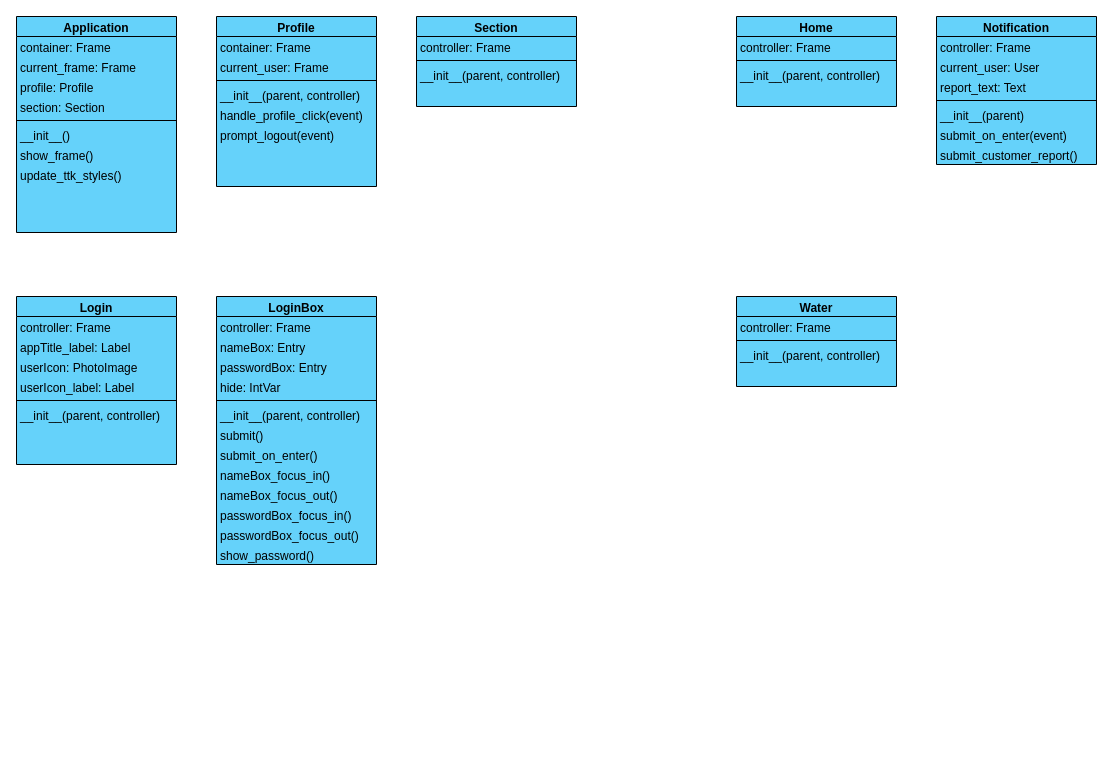
The draw.io diagram Team HYDR-8 (Frontend UML Class Diagram).drawio.drawio in team-hydr8/class_diagrams, before the edit. Source tidied: cells renumbered, new cells numbered last; positions are measured from the earlier drawing's top-left corner, leaving out a move shared by most shapes. Both pictures are drawn from the tidied source at 100%, with x=0, y=0 at pixel (16, 16).
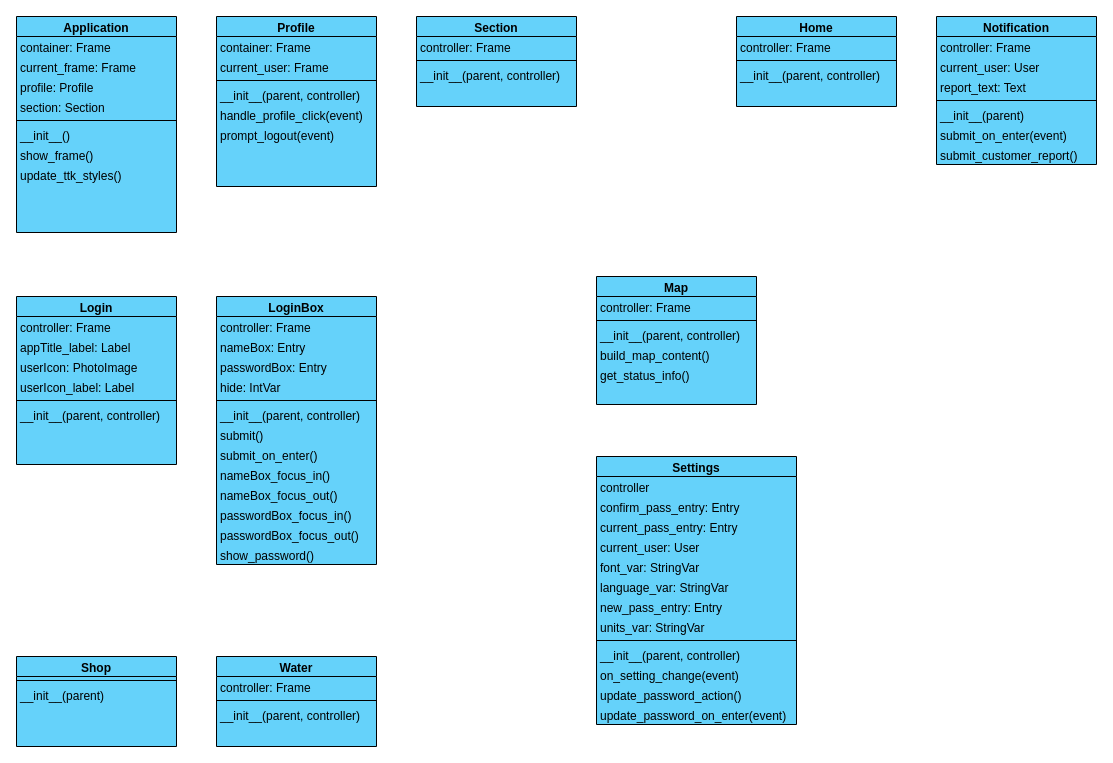
The same diagram, later.

What changed in the source:
```diff
@@
     <mxCell id="22" value="Water" style="swimlane;fontStyle=1;align=center;verticalAlign=top;horizontal=1;startSize=20;rounded=0;shadow=0;strokeWidth=1;fillColor=#65D2FA;swimlaneFillColor=#65D2FA;spacing=0;" parent="1" vertex="1">
-      <mxGeometry x="720" y="280" width="160" height="90" as="geometry" />
+      <mxGeometry x="200" y="640" width="160" height="90" as="geometry" />
     </mxCell>
@@
+    <mxCell id="59" value="Map" style="swimlane;fontStyle=1;align=center;verticalAlign=top;horizontal=1;startSize=20;rounded=0;shadow=0;strokeWidth=1;fillColor=#65D2FA;swimlaneFillColor=#65D2FA;spacing=0;" parent="1" vertex="1">
+      <mxGeometry x="580" y="260" width="160" height="128" as="geometry" />
+    </mxCell>
+    <mxCell id="60" value="controller: Frame" style="text;align=left;verticalAlign=top;spacingLeft=4;spacingRight=4;overflow=hidden;rounded=0;shadow=0;html=0;fillColor=none;spacing=0;" parent="59" vertex="1">
+      <mxGeometry y="20" width="160" height="20" as="geometry" />
+    </mxCell>
+    <mxCell id="61" style="line;html=1;strokeWidth=1;align=left;verticalAlign=middle;spacingTop=-1;spacingLeft=3;spacingRight=3;labelPosition=right;fillColor=#65D2FA;" parent="59" vertex="1">
+      <mxGeometry y="40" width="160" height="8" as="geometry" />
+    </mxCell>
+    <mxCell id="62" value="__init__(parent, controller)" style="text;align=left;verticalAlign=top;spacingLeft=4;spacingRight=4;overflow=hidden;fillColor=none;spacing=0;" parent="59" vertex="1">
+      <mxGeometry y="48" width="160" height="20" as="geometry" />
+    </mxCell>
+    <mxCell id="63" value="build_map_content()" style="text;align=left;verticalAlign=top;spacingLeft=4;spacingRight=4;overflow=hidden;fillColor=none;spacing=0;" parent="59" vertex="1">
+      <mxGeometry y="68" width="160" height="20" as="geometry" />
+    </mxCell>
+    <mxCell id="64" value="get_status_info()" style="text;align=left;verticalAlign=top;spacingLeft=4;spacingRight=4;overflow=hidden;fillColor=none;spacing=0;" parent="59" vertex="1">
+      <mxGeometry y="88" width="160" height="20" as="geometry" />
+    </mxCell>
+    <mxCell id="65" value="Shop" style="swimlane;fontStyle=1;align=center;verticalAlign=top;horizontal=1;startSize=20;rounded=0;shadow=0;strokeWidth=1;fillColor=#65D2FA;swimlaneFillColor=#65D2FA;spacing=0;" parent="1" vertex="1">
+      <mxGeometry y="640" width="160" height="90" as="geometry" />
+    </mxCell>
+    <mxCell id="66" style="line;html=1;strokeWidth=1;align=left;verticalAlign=middle;spacingTop=-1;spacingLeft=3;spacingRight=3;labelPosition=right;fillColor=#65D2FA;" parent="65" vertex="1">
+      <mxGeometry y="20" width="160" height="8" as="geometry" />
+    </mxCell>
+    <mxCell id="67" value="__init__(parent)" style="text;align=left;verticalAlign=top;spacingLeft=4;spacingRight=4;overflow=hidden;fillColor=none;spacing=0;" parent="65" vertex="1">
+      <mxGeometry y="28" width="160" height="20" as="geometry" />
+    </mxCell>
+    <mxCell id="68" value="Settings" style="swimlane;fontStyle=1;align=center;verticalAlign=top;horizontal=1;startSize=20;rounded=0;shadow=0;strokeWidth=1;fillColor=#65D2FA;swimlaneFillColor=#65D2FA;spacing=0;" parent="1" vertex="1">
+      <mxGeometry x="580" y="440" width="200" height="268" as="geometry" />
+    </mxCell>
+    <mxCell id="69" value="controller" style="text;align=left;verticalAlign=top;spacingLeft=4;spacingRight=4;overflow=hidden;rounded=0;shadow=0;html=0;fillColor=none;spacing=0;" parent="68" vertex="1">
+      <mxGeometry y="20" width="200" height="20" as="geometry" />
+    </mxCell>
+    <mxCell id="70" value="confirm_pass_entry: Entry" style="text;align=left;verticalAlign=top;spacingLeft=4;spacingRight=4;overflow=hidden;rounded=0;shadow=0;html=0;fillColor=none;spacing=0;" parent="68" vertex="1">
+      <mxGeometry y="40" width="200" height="20" as="geometry" />
+    </mxCell>
+    <mxCell id="71" value="current_pass_entry: Entry" style="text;align=left;verticalAlign=top;spacingLeft=4;spacingRight=4;overflow=hidden;rounded=0;shadow=0;html=0;fillColor=none;spacing=0;" parent="68" vertex="1">
+      <mxGeometry y="60" width="200" height="20" as="geometry" />
+    </mxCell>
+    <mxCell id="72" value="current_user: User" style="text;align=left;verticalAlign=top;spacingLeft=4;spacingRight=4;overflow=hidden;rounded=0;shadow=0;html=0;fillColor=none;spacing=0;" parent="68" vertex="1">
+      <mxGeometry y="80" width="200" height="20" as="geometry" />
+    </mxCell>
+    <mxCell id="73" value="font_var: StringVar" style="text;align=left;verticalAlign=top;spacingLeft=4;spacingRight=4;overflow=hidden;rounded=0;shadow=0;html=0;fillColor=none;spacing=0;" parent="68" vertex="1">
+      <mxGeometry y="100" width="200" height="20" as="geometry" />
+    </mxCell>
+    <mxCell id="74" value="language_var: StringVar" style="text;align=left;verticalAlign=top;spacingLeft=4;spacingRight=4;overflow=hidden;rounded=0;shadow=0;html=0;fillColor=none;spacing=0;" parent="68" vertex="1">
+      <mxGeometry y="120" width="200" height="20" as="geometry" />
+    </mxCell>
+    <mxCell id="75" value="new_pass_entry: Entry" style="text;align=left;verticalAlign=top;spacingLeft=4;spacingRight=4;overflow=hidden;rounded=0;shadow=0;html=0;fillColor=none;spacing=0;" parent="68" vertex="1">
+      <mxGeometry y="140" width="200" height="20" as="geometry" />
+    </mxCell>
+    <mxCell id="76" value="units_var: StringVar" style="text;align=left;verticalAlign=top;spacingLeft=4;spacingRight=4;overflow=hidden;rounded=0;shadow=0;html=0;fillColor=none;spacing=0;" parent="68" vertex="1">
+      <mxGeometry y="160" width="200" height="20" as="geometry" />
+    </mxCell>
+    <mxCell id="77" style="line;html=1;strokeWidth=1;align=left;verticalAlign=middle;spacingTop=-1;spacingLeft=3;spacingRight=3;labelPosition=right;fillColor=#65D2FA;" parent="68" vertex="1">
+      <mxGeometry y="180" width="200" height="8" as="geometry" />
+    </mxCell>
+    <mxCell id="78" value="__init__(parent, controller)" style="text;align=left;verticalAlign=top;spacingLeft=4;spacingRight=4;overflow=hidden;fillColor=none;spacing=0;" parent="68" vertex="1">
+      <mxGeometry y="188" width="200" height="20" as="geometry" />
+    </mxCell>
+    <mxCell id="79" value="on_setting_change(event)" style="text;align=left;verticalAlign=top;spacingLeft=4;spacingRight=4;overflow=hidden;fillColor=none;spacing=0;" parent="68" vertex="1">
+      <mxGeometry y="208" width="200" height="20" as="geometry" />
+    </mxCell>
+    <mxCell id="80" value="update_password_action()" style="text;align=left;verticalAlign=top;spacingLeft=4;spacingRight=4;overflow=hidden;fillColor=none;spacing=0;" parent="68" vertex="1">
+      <mxGeometry y="228" width="200" height="20" as="geometry" />
+    </mxCell>
+    <mxCell id="81" value="update_password_on_enter(event)" style="text;align=left;verticalAlign=top;spacingLeft=4;spacingRight=4;overflow=hidden;fillColor=none;spacing=0;" parent="68" vertex="1">
+      <mxGeometry y="248" width="200" height="20" as="geometry" />
+    </mxCell>
```
